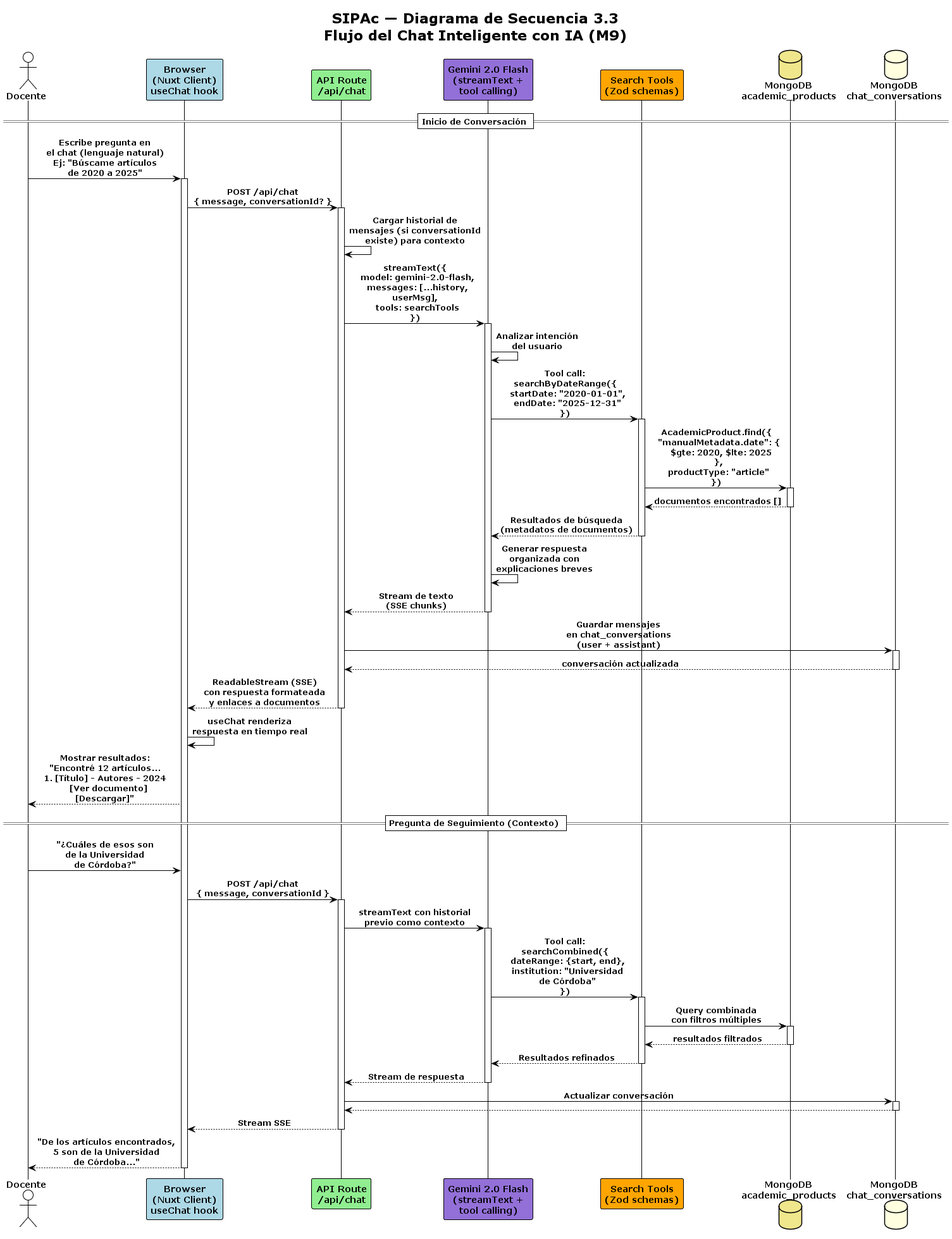
The PlantUML diagram docs/analisis-diseno/diagramas/renders/03c-secuencia-chat.png in KarloZ7715/SIPAc, before a commit.
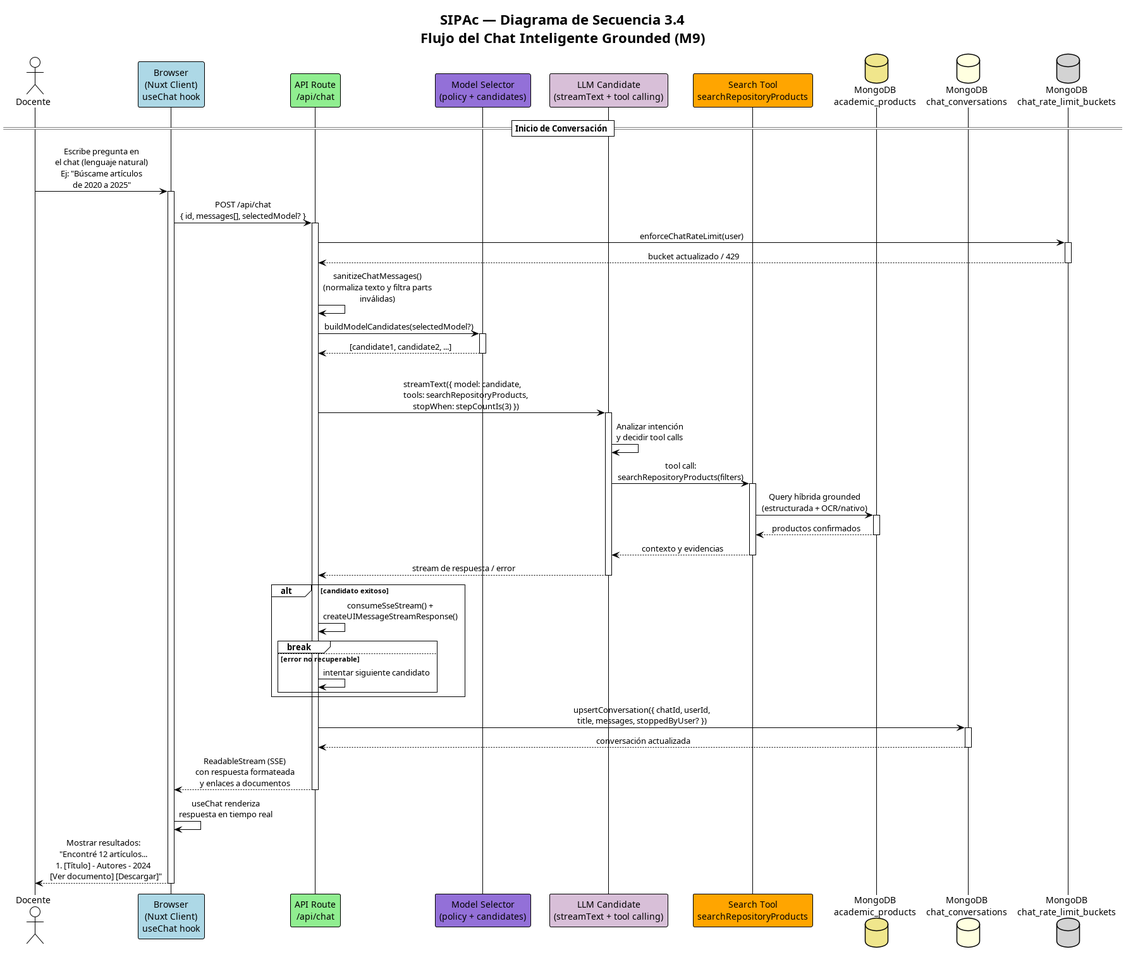
After the change.

What changed in the source:
```diff
@@ -4,48 +4,67 @@
 skinparam responseMessageBelowArrow true
 skinparam maxMessageSize 220
 
-title SIPAc — Diagrama de Secuencia 3.3\nFlujo del Chat Inteligente con IA (M9)
+title SIPAc — Diagrama de Secuencia 3.4\nFlujo del Chat Inteligente Grounded (M9)
 
 actor "Docente" as User
 participant "Browser\n(Nuxt Client)\nuseChat hook" as Browser #LightBlue
 participant "API Route\n/api/chat" as APIChat #LightGreen
-participant "Gemini 2.0 Flash\n(streamText +\ntool calling)" as Gemini #MediumPurple
-participant "Search Tools\n(Zod schemas)" as Tools #Orange
+participant "Model Selector\n(policy + candidates)" as Selector #MediumPurple
+participant "LLM Candidate\n(streamText + tool calling)" as LLM #D8BFD8
+participant "Search Tool\nsearchRepositoryProducts" as Tools #Orange
 database "MongoDB\nacademic_products" as DB #Khaki
 database "MongoDB\nchat_conversations" as DBChat #LightYellow
+database "MongoDB\nchat_rate_limit_buckets" as DBRate #LightGray
 
 == Inicio de Conversación ==
 
 User -> Browser : Escribe pregunta en\nel chat (lenguaje natural)\nEj: "Búscame artículos\nde 2020 a 2025"
 activate Browser
 
-Browser -> APIChat : POST /api/chat\n{ message, conversationId? }
+Browser -> APIChat : POST /api/chat\n{ id, messages[], selectedModel? }
 activate APIChat
 
-APIChat -> APIChat : Cargar historial de\nmensajes (si conversationId\nexiste) para contexto
+APIChat -> DBRate : enforceChatRateLimit(user)
+activate DBRate
+DBRate --> APIChat : bucket actualizado / 429
+deactivate DBRate
 
-APIChat -> Gemini : streamText({\n  model: gemini-2.0-flash,\n  messages: [...history, userMsg],\n  tools: searchTools\n})
-activate Gemini
+APIChat -> APIChat : sanitizeChatMessages()\n(normaliza texto y filtra parts inválidas)
 
-Gemini -> Gemini : Analizar intención\ndel usuario
+APIChat -> Selector : buildModelCandidates(selectedModel?)
+activate Selector
+Selector --> APIChat : [candidate1, candidate2, ...]
+deactivate Selector
 
-Gemini -> Tools : Tool call:\nsearchByDateRange({\n  startDate: "2020-01-01",\n  endDate: "2025-12-31"\n})
-activate Tools
+loop fallback automático por candidato
+	APIChat -> LLM : streamText({ model: candidate,\n    tools: searchRepositoryProducts,\n    stopWhen: stepCountIs(3) })
+	activate LLM
 
-Tools -> DB : AcademicProduct.find({\n  "manualMetadata.date": {\n    $gte: 2020, $lte: 2025\n  },\n  productType: "article"\n})
-activate DB
-DB --> Tools : documentos encontrados []
-deactivate DB
+	LLM -> LLM : Analizar intención\ny decidir tool calls
 
-Tools --> Gemini : Resultados de búsqueda\n(metadatos de documentos)
-deactivate Tools
+	LLM -> Tools : tool call:\nsearchRepositoryProducts(filters)
+	activate Tools
 
-Gemini -> Gemini : Generar respuesta\norganizada con\nexplicaciones breves
+	Tools -> DB : Query híbrida grounded\n(estructurada + OCR/nativo)
+	activate DB
+	DB --> Tools : productos confirmados
+	deactivate DB
 
-Gemini --> APIChat : Stream de texto\n(SSE chunks)
-deactivate Gemini
+	Tools --> LLM : contexto y evidencias
+	deactivate Tools
 
-APIChat -> DBChat : Guardar mensajes\nen chat_conversations\n(user + assistant)
+	LLM --> APIChat : stream de respuesta / error
+	deactivate LLM
+
+	alt candidato exitoso
+		APIChat -> APIChat : consumeSseStream() + createUIMessageStreamResponse()
+		break
+	else error no recuperable
+		APIChat -> APIChat : intentar siguiente candidato
+	end
+end
+
+APIChat -> DBChat : upsertConversation({ chatId, userId, title, messages, stoppedByUser? })
 activate DBChat
 DBChat --> APIChat : conversación actualizada
 deactivate DBChat
@@ -57,40 +76,6 @@
 
 Browser --> User : Mostrar resultados:\n"Encontré 12 artículos...\n1. [Título] - Autores - 2024\n   [Ver documento] [Descargar]"
 
-== Pregunta de Seguimiento (Contexto) ==
-
-User -> Browser : "¿Cuáles de esos son\nde la Universidad\nde Córdoba?"
-
-Browser -> APIChat : POST /api/chat\n{ message, conversationId }
-activate APIChat
-
-APIChat -> Gemini : streamText con historial\nprevio como contexto
-activate Gemini
-
-Gemini -> Tools : Tool call:\nsearchCombined({\n  dateRange: {start, end},\n  institution: "Universidad\n  de Córdoba"\n})
-activate Tools
-
-Tools -> DB : Query combinada\ncon filtros múltiples
-activate DB
-DB --> Tools : resultados filtrados
-deactivate DB
-
-Tools --> Gemini : Resultados refinados
-deactivate Tools
-
-Gemini --> APIChat : Stream de respuesta
-deactivate Gemini
-
-APIChat -> DBChat : Actualizar conversación
-activate DBChat
-DBChat --> APIChat
-deactivate DBChat
-
-APIChat --> Browser : Stream SSE
-deactivate APIChat
-
-Browser --> User : "De los artículos encontrados,\n5 son de la Universidad\nde Córdoba..."
-
 deactivate Browser
 
 @enduml
```
